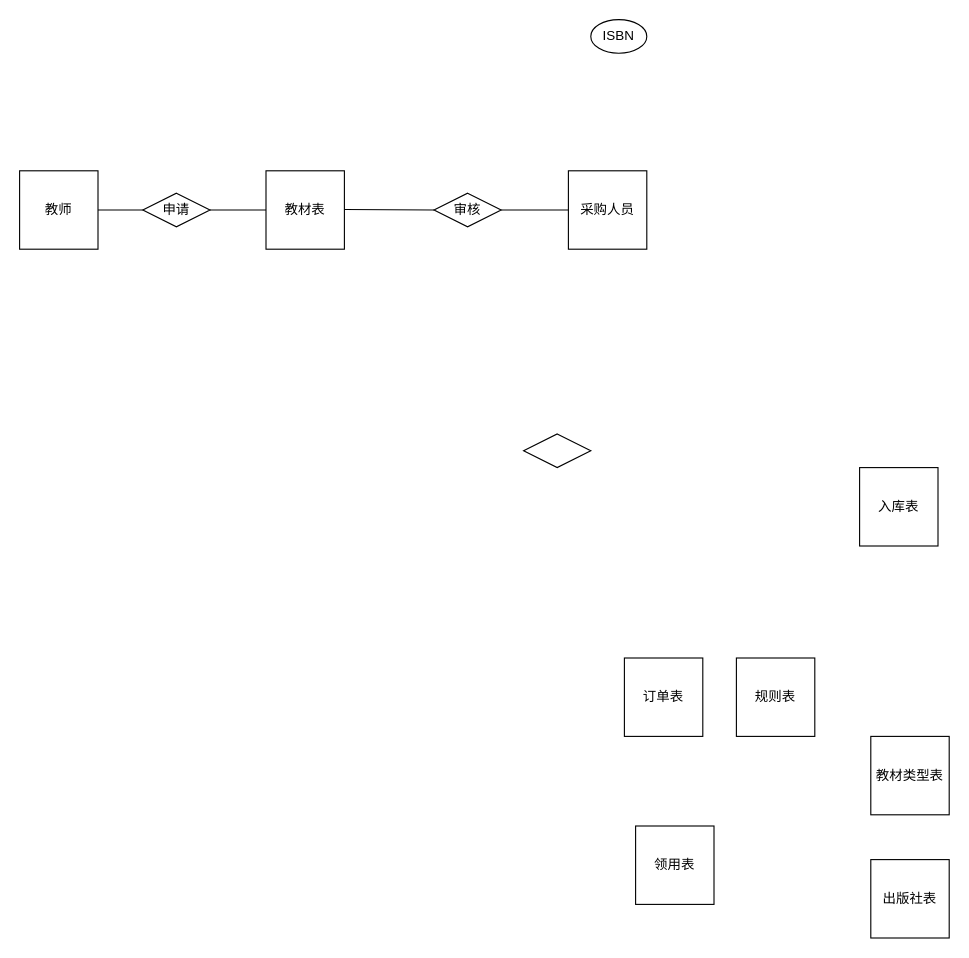
Above: 未命名绘图.drawio in Janour5/Draw.io (draw.io), before the change. Source tidied: cells renumbered, new cells numbered last; positions are measured from the earlier drawing's top-left corner, leaving out a move shared by most shapes. Both pictures are drawn from the tidied source at 112%, with x=0, y=0 at pixel (19, 19).
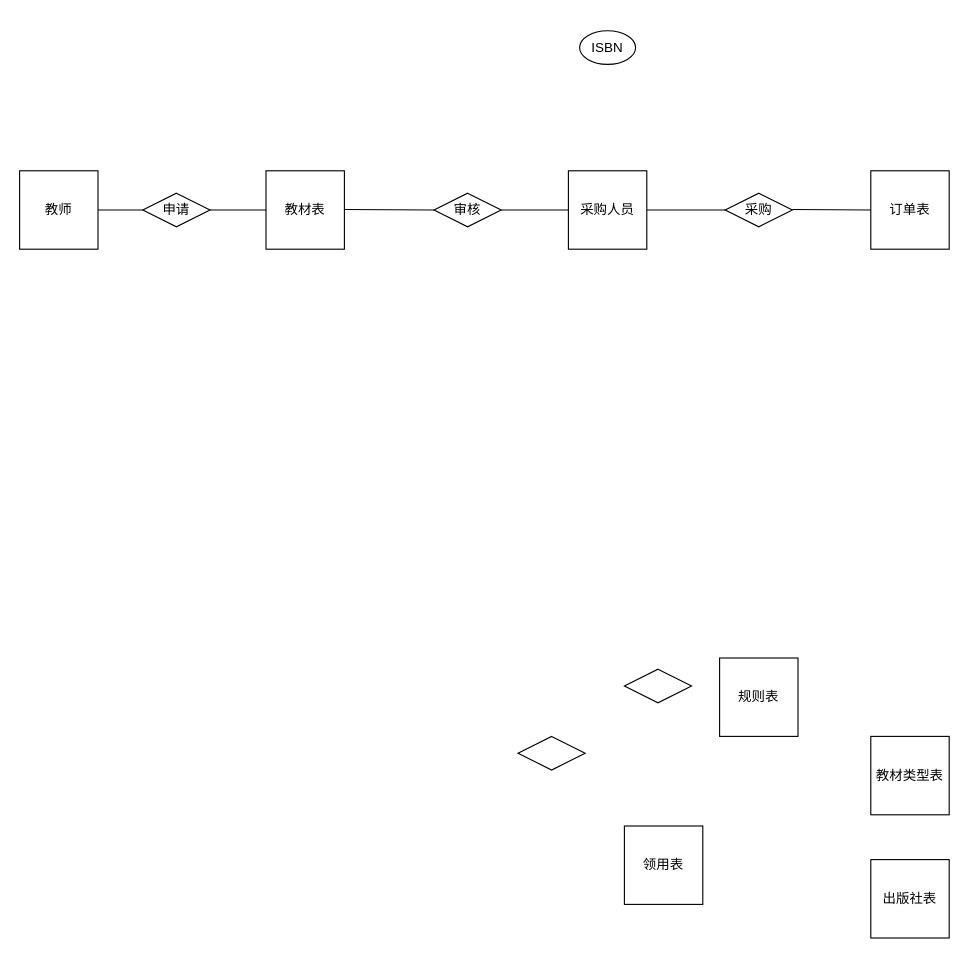
After the change.

Commit message:
更新未命名绘图.drawio

The change refers to these unchanged cells:
```xml
<mxCell id="14" value="采购人员" style="whiteSpace=wrap;html=1;" parent="1" vertex="1">
  <mxGeometry x="490" y="135" width="70" height="70" as="geometry" />
</mxCell>
```

Change to the diagram source:
```diff
@@
     <mxCell id="3" value="订单表" style="whiteSpace=wrap;html=1;" parent="1" vertex="1">
-      <mxGeometry x="540" y="570" width="70" height="70" as="geometry" />
+      <mxGeometry x="760" y="135" width="70" height="70" as="geometry" />
     </mxCell>
-    <mxCell id="4" value="入库表" style="whiteSpace=wrap;html=1;" parent="1" vertex="1">
-      <mxGeometry x="750" y="400" width="70" height="70" as="geometry" />
-    </mxCell>
     <mxCell id="5" value="领用表" style="whiteSpace=wrap;html=1;" parent="1" vertex="1">
-      <mxGeometry x="550" y="720" width="70" height="70" as="geometry" />
+      <mxGeometry x="540" y="720" width="70" height="70" as="geometry" />
     </mxCell>
     <mxCell id="6" value="规则表" style="whiteSpace=wrap;html=1;" parent="1" vertex="1">
-      <mxGeometry x="640" y="570" width="70" height="70" as="geometry" />
+      <mxGeometry x="625" y="570" width="70" height="70" as="geometry" />
     </mxCell>
@@
     <mxCell id="9" value="ISBN" style="ellipse;whiteSpace=wrap;html=1;" parent="1" vertex="1">
-      <mxGeometry x="510" width="50" height="30" as="geometry" />
+      <mxGeometry x="500" y="10" width="50" height="30" as="geometry" />
     </mxCell>
@@
     <mxCell id="18" style="rhombus;whiteSpace=wrap;html=1;" parent="1" vertex="1">
-      <mxGeometry x="450" y="370" width="60" height="30" as="geometry" />
+      <mxGeometry x="540" y="580" width="60" height="30" as="geometry" />
     </mxCell>
+    <mxCell id="19" style="endArrow=none;html=1;rounded=0;exitX=1;exitY=0.5;exitDx=0;exitDy=0;" parent="1" edge="1" source="14">
+      <mxGeometry relative="1" as="geometry">
+        <mxPoint x="630" y="170" as="targetPoint" />
+      </mxGeometry>
+    </mxCell>
+    <mxCell id="20" style="rhombus;whiteSpace=wrap;html=1;" parent="1" vertex="1">
+      <mxGeometry x="445" y="640" width="60" height="30" as="geometry" />
+    </mxCell>
+    <mxCell id="21" value="采购" style="rhombus;whiteSpace=wrap;html=1;" parent="1" vertex="1">
+      <mxGeometry x="630" y="155" width="60" height="30" as="geometry" />
+    </mxCell>
+    <mxCell id="22" style="endArrow=none;html=1;rounded=0;exitX=1;exitY=0.5;exitDx=0;exitDy=0;" parent="1" edge="1">
+      <mxGeometry relative="1" as="geometry">
+        <mxPoint x="690" y="169.5" as="sourcePoint" />
+        <mxPoint x="760" y="170" as="targetPoint" />
+      </mxGeometry>
+    </mxCell>
```
